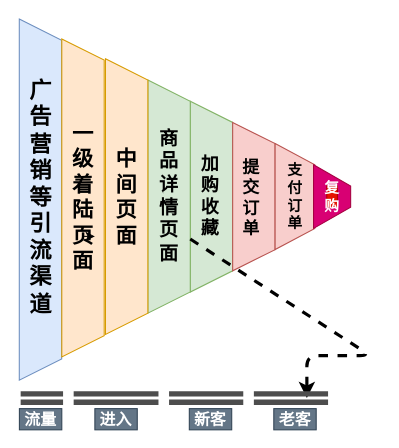
Above: page "Page-3" (3 of 4) of git-static/Funnel.drawio in LonelVino/CDN (draw.io), before the change. Source tidied: cells renumbered, new cells numbered last; positions are measured from the earlier drawing's top-left corner, leaving out a move shared by most shapes. Both pictures are drawn from the tidied source at 106%, with x=0, y=0 at pixel (-141, 117).
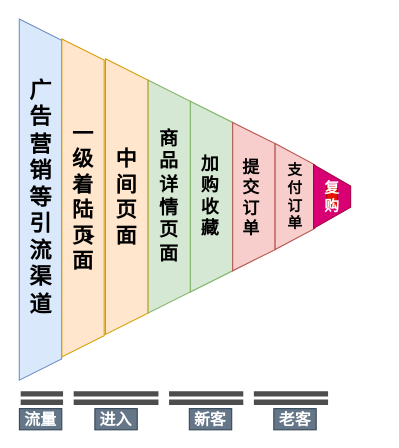
After the change.

The edit, as a diff of the source:
```diff
@@
-    <mxCell id="16" style="endArrow=classic;html=1;dashed=1;strokeWidth=3;exitX=0.5;exitY=0;exitDx=0;exitDy=0;entryX=0.455;entryY=0;entryDx=0;entryDy=0;entryPerimeter=0;" parent="1" edge="1">
-      <mxGeometry relative="1" as="geometry">
-        <mxPoint x="312" y="115" as="sourcePoint" />
-        <mxPoint x="422" y="265" as="targetPoint" />
-        <Array as="points">
-          <mxPoint x="482" y="225" />
-          <mxPoint x="422" y="225" />
-        </Array>
-      </mxGeometry>
-    </mxCell>
```
